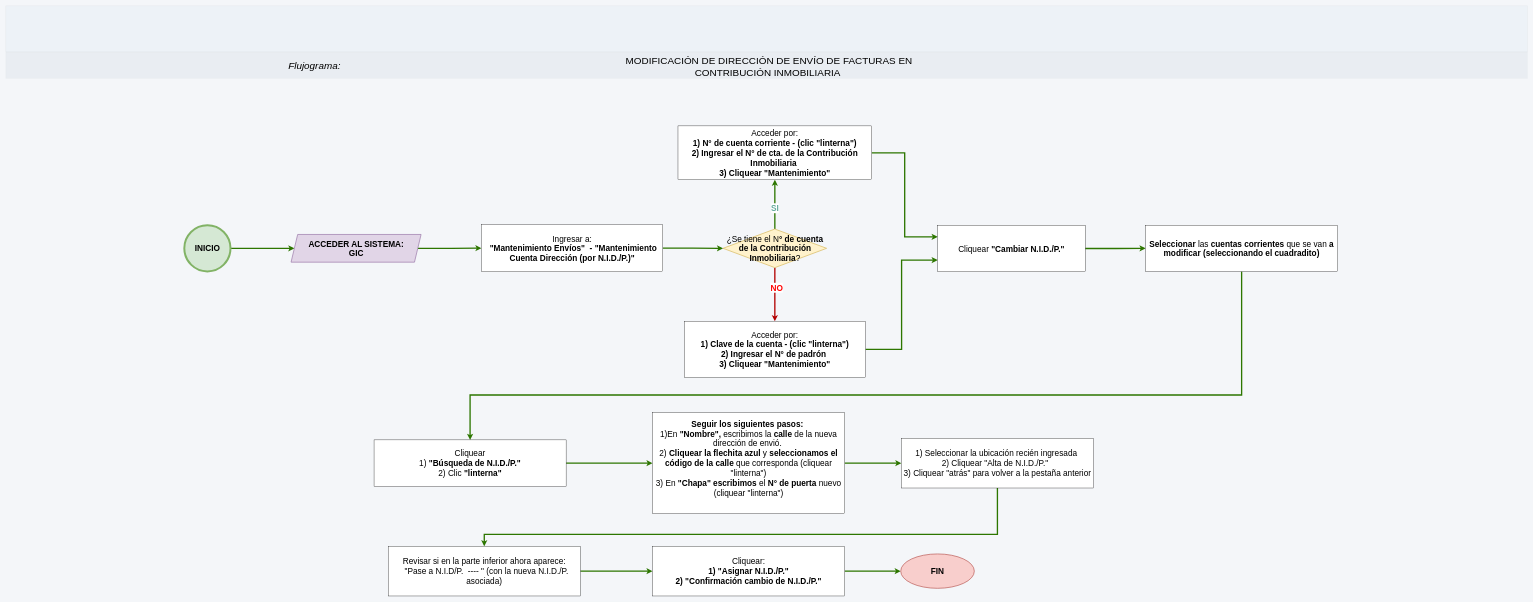
Above: page "Cambio dirección de facturas" (5 of 6) of GIC_contribucion/GIC_contribucion.drawio in adlc20/Manual_de_procedimientos_ccz9 (draw.io), before the change. Source tidied: cells renumbered, new cells numbered last; positions are measured from the earlier drawing's top-left corner, leaving out a move shared by most shapes. Both pictures are drawn from the tidied source at 33%, with x=0, y=0 at pixel (6, 6).
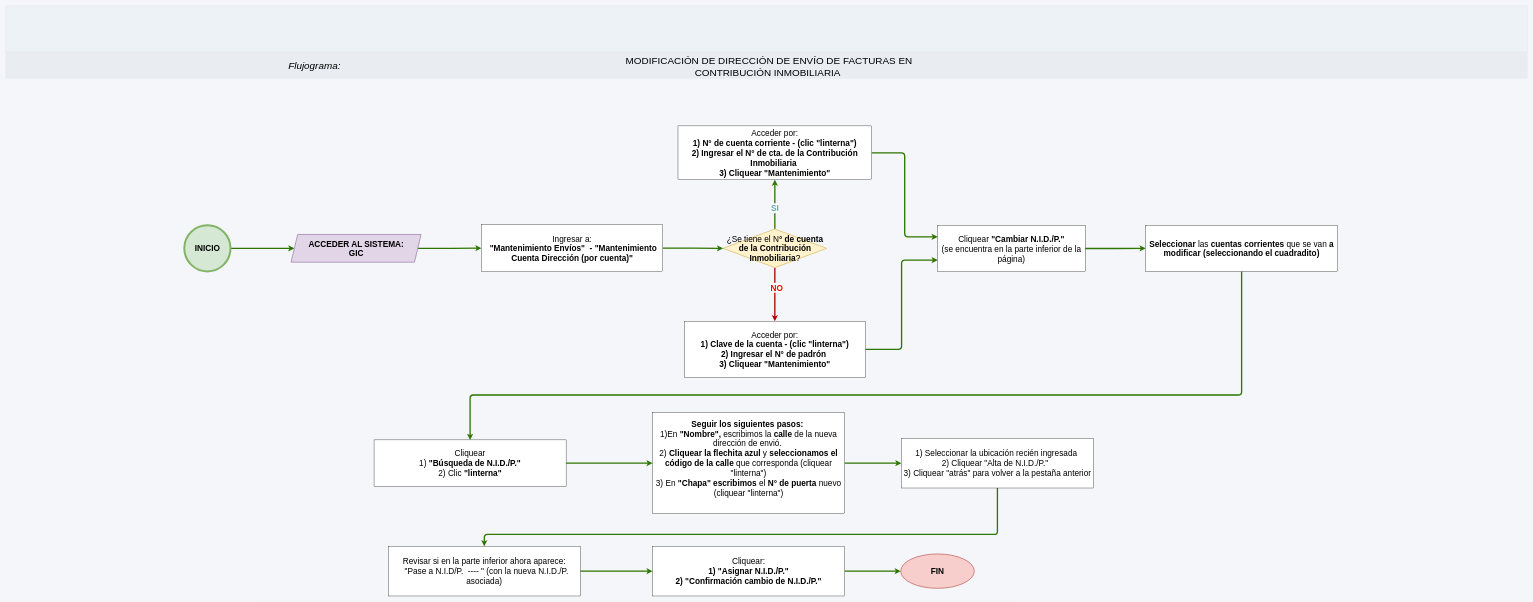
The same page after the edit.

The change refers to these unchanged cells:
```xml
<mxCell id="18" value="&lt;div style=&quot;&quot;&gt;&lt;span style=&quot;font-size: 25px; background-color: transparent; color: light-dark(rgb(0, 0, 0), rgb(255, 255, 255));&quot;&gt;Acceder por:&lt;/span&gt;&lt;/div&gt;&lt;div&gt;&lt;span style=&quot;font-size: 25px;&quot;&gt;&lt;b&gt;1) Clave de la cuenta - (clic &quot;linterna&quot;)&lt;/b&gt;&lt;/span&gt;&lt;/div&gt;&lt;div&gt;&lt;span style=&quot;font-size: 25px;&quot;&gt;&lt;b&gt;2) Ingresar el N° de padrón&amp;nbsp;&lt;/b&gt;&lt;/span&gt;&lt;/div&gt;&lt;div&gt;&lt;span style=&quot;font-size: 25px;&quot;&gt;&lt;b&gt;3) Cliquear &quot;Mantenimiento&quot;&lt;/b&gt;&lt;/span&gt;&lt;/div&gt;" style="rounded=0;whiteSpace=wrap;html=1;align=center;" parent="1" vertex="1">
  <mxGeometry x="2055.9" y="956" width="549.2" height="170" as="geometry" />
</mxCell>
<mxCell id="20" value="&lt;div&gt;&lt;span style=&quot;font-size: 25px;&quot;&gt;Acceder por:&lt;/span&gt;&lt;/div&gt;&lt;div&gt;&lt;span style=&quot;font-size: 25px;&quot;&gt;&lt;b&gt;1) N° de cuenta corriente - (clic &quot;linterna&quot;)&lt;/b&gt;&lt;/span&gt;&lt;/div&gt;&lt;div&gt;&lt;span style=&quot;font-size: 25px;&quot;&gt;&lt;b&gt;2) Ingresar el N° de cta. de la Contribución Inmobiliaria&amp;nbsp;&lt;/b&gt;&lt;/span&gt;&lt;/div&gt;&lt;div&gt;&lt;span style=&quot;font-size: 25px;&quot;&gt;&lt;b&gt;3) Cliquear &quot;Mantenimiento&quot;&lt;/b&gt;&lt;/span&gt;&lt;/div&gt;" style="rounded=0;whiteSpace=wrap;html=1;" parent="1" vertex="1">
  <mxGeometry x="2037" y="364" width="587" height="163" as="geometry" />
</mxCell>
<mxCell id="24" value="&lt;span style=&quot;font-size: 25px;&quot;&gt;&lt;b&gt;Seleccionar&amp;nbsp;&lt;/b&gt;las&lt;b&gt; cuentas corrientes&lt;/b&gt; que se van &lt;b&gt;a modificar&lt;/b&gt; &lt;b&gt;(seleccionando el cuadradito)&lt;/b&gt;&lt;/span&gt;" style="rounded=0;whiteSpace=wrap;html=1;" parent="1" vertex="1">
  <mxGeometry x="3454" y="665" width="582" height="140" as="geometry" />
</mxCell>
<mxCell id="26" value="&lt;span style=&quot;font-size: 25px;&quot;&gt;Cliquear&lt;/span&gt;&lt;div&gt;&lt;span style=&quot;font-size: 25px; background-color: transparent; color: light-dark(rgb(0, 0, 0), rgb(255, 255, 255));&quot;&gt;1)&amp;nbsp;&lt;/span&gt;&lt;b style=&quot;font-size: 25px; background-color: transparent; color: light-dark(rgb(0, 0, 0), rgb(255, 255, 255));&quot;&gt;&quot;Búsqueda de N.I.D./P.&quot;&lt;/b&gt;&lt;/div&gt;&lt;div&gt;&lt;span style=&quot;font-size: 25px; background-color: transparent; color: light-dark(rgb(0, 0, 0), rgb(255, 255, 255));&quot;&gt;2) Clic&lt;b&gt;&amp;nbsp;&quot;linterna&quot;&lt;/b&gt;&lt;/span&gt;&lt;/div&gt;" style="rounded=0;whiteSpace=wrap;html=1;" parent="1" vertex="1">
  <mxGeometry x="1116" y="1315.5" width="582" height="141" as="geometry" />
</mxCell>
<mxCell id="30" value="&lt;span style=&quot;font-size: 25px;&quot;&gt;1) Seleccionar la ubicación recién ingresada&amp;nbsp;&lt;/span&gt;&lt;div&gt;&lt;span style=&quot;font-size: 25px;&quot;&gt;2) Cliquear &quot;Alta de N.I.D./P.&quot;&amp;nbsp;&amp;nbsp;&lt;/span&gt;&lt;/div&gt;&lt;div&gt;&lt;span style=&quot;font-size: 25px;&quot;&gt;3) Cliquear &quot;atrás&quot; para volver a la pestaña anterior&lt;/span&gt;&lt;/div&gt;" style="rounded=0;whiteSpace=wrap;html=1;" parent="1" vertex="1">
  <mxGeometry x="2714" y="1310.8" width="582" height="150.5" as="geometry" />
</mxCell>
<mxCell id="32" value="&lt;span style=&quot;font-size: 25px;&quot;&gt;Revisar si en la parte inferior ahora aparece:&lt;/span&gt;&lt;div&gt;&lt;div&gt;&lt;span style=&quot;font-size: 25px;&quot;&gt;&amp;nbsp; &quot;Pase a N.I.D/P.&amp;nbsp; ---- &quot; (con la nueva N.I.D./P. asociada)&lt;/span&gt;&lt;/div&gt;&lt;/div&gt;" style="rounded=0;whiteSpace=wrap;html=1;" parent="1" vertex="1">
  <mxGeometry x="1159" y="1638" width="582" height="150.5" as="geometry" />
</mxCell>
```

Diff of the diagram source:
```diff
@@
-    <mxCell id="11" value="&lt;font style=&quot;font-size: 25px;&quot;&gt;Ingresar a:&lt;/font&gt;&lt;div style=&quot;&quot;&gt;&lt;span style=&quot;font-size: 25px; background-color: transparent; color: light-dark(rgb(0, 0, 0), rgb(255, 255, 255));&quot;&gt;&lt;b&gt;&amp;nbsp;&quot;Mantenimiento Envíos&quot;&amp;nbsp; - &quot;Mantenimiento Cuenta Dirección (por N.I.D./P.)&quot;&lt;/b&gt;&lt;/span&gt;&lt;/div&gt;" style="rounded=0;whiteSpace=wrap;html=1;align=center;" parent="1" vertex="1">
+    <mxCell id="11" value="&lt;font style=&quot;font-size: 25px;&quot;&gt;Ingresar a:&lt;/font&gt;&lt;div style=&quot;&quot;&gt;&lt;span style=&quot;font-size: 25px; background-color: transparent; color: light-dark(rgb(0, 0, 0), rgb(255, 255, 255));&quot;&gt;&lt;b&gt;&amp;nbsp;&quot;Mantenimiento Envíos&quot;&amp;nbsp; - &quot;Mantenimiento Cuenta Dirección (por cuenta)&quot;&lt;/b&gt;&lt;/span&gt;&lt;/div&gt;" style="rounded=0;whiteSpace=wrap;html=1;align=center;" parent="1" vertex="1">
       <mxGeometry x="1441.5" y="663" width="549.2" height="143" as="geometry" />
     </mxCell>
@@
-    <mxCell id="17" style="edgeStyle=orthogonalEdgeStyle;rounded=0;jettySize=auto;html=1;exitX=1;exitY=0.5;exitDx=0;exitDy=0;entryX=0;entryY=0.75;entryDx=0;entryDy=0;fillColor=#60a917;strokeColor=#2D7600;strokeWidth=4;" parent="1" edge="1" source="18" target="22">
+    <mxCell id="17" style="edgeStyle=orthogonalEdgeStyle;rounded=1;jettySize=auto;html=1;exitX=1;exitY=0.5;exitDx=0;exitDy=0;entryX=0;entryY=0.75;entryDx=0;entryDy=0;fillColor=#60a917;strokeColor=#2D7600;strokeWidth=4;curved=0;" parent="1" edge="1" source="18" target="22">
       <mxGeometry relative="1" as="geometry" />
     </mxCell>
@@
-    <mxCell id="19" style="edgeStyle=orthogonalEdgeStyle;rounded=0;jettySize=auto;html=1;exitX=1;exitY=0.5;exitDx=0;exitDy=0;entryX=0;entryY=0.25;entryDx=0;entryDy=0;fillColor=#60a917;strokeColor=#2D7600;strokeWidth=4;" parent="1" edge="1" source="20" target="22">
+    <mxCell id="19" style="edgeStyle=orthogonalEdgeStyle;rounded=1;jettySize=auto;html=1;exitX=1;exitY=0.5;exitDx=0;exitDy=0;entryX=0;entryY=0.25;entryDx=0;entryDy=0;fillColor=#60a917;strokeColor=#2D7600;strokeWidth=4;curved=0;" parent="1" edge="1" source="20" target="22">
       <mxGeometry relative="1" as="geometry" />
     </mxCell>
@@
-    <mxCell id="22" value="&lt;span style=&quot;font-size: 25px;&quot;&gt;Cliquear&lt;/span&gt;&lt;span style=&quot;font-size: 25px; background-color: transparent; color: light-dark(rgb(0, 0, 0), rgb(255, 255, 255));&quot;&gt;&amp;nbsp;&lt;/span&gt;&lt;b style=&quot;font-size: 25px; background-color: transparent; color: light-dark(rgb(0, 0, 0), rgb(255, 255, 255));&quot;&gt;&quot;Cambiar N.I.D./P.&quot;&lt;/b&gt;" style="rounded=0;whiteSpace=wrap;html=1;" parent="1" vertex="1">
+    <mxCell id="22" value="&lt;span style=&quot;font-size: 25px;&quot;&gt;Cliquear&lt;/span&gt;&lt;span style=&quot;font-size: 25px; background-color: transparent; color: light-dark(rgb(0, 0, 0), rgb(255, 255, 255));&quot;&gt;&amp;nbsp;&lt;/span&gt;&lt;b style=&quot;font-size: 25px; background-color: transparent; color: light-dark(rgb(0, 0, 0), rgb(255, 255, 255));&quot;&gt;&quot;Cambiar N.I.D./P.&quot;&lt;/b&gt;&lt;div&gt;&lt;span style=&quot;font-size: 25px; background-color: transparent; color: light-dark(rgb(0, 0, 0), rgb(255, 255, 255));&quot;&gt;(se encuentra en la parte inferior de la página)&lt;/span&gt;&lt;/div&gt;" style="rounded=0;whiteSpace=wrap;html=1;" parent="1" vertex="1">
       <mxGeometry x="2824" y="665" width="447" height="141" as="geometry" />
     </mxCell>
-    <mxCell id="23" style="edgeStyle=orthogonalEdgeStyle;rounded=0;jettySize=auto;html=1;exitX=0.5;exitY=1;exitDx=0;exitDy=0;fillColor=#60a917;strokeColor=#2D7600;strokeWidth=4;entryX=0.5;entryY=0;entryDx=0;entryDy=0;" parent="1" edge="1" source="24" target="26">
+    <mxCell id="23" style="edgeStyle=orthogonalEdgeStyle;rounded=1;jettySize=auto;html=1;exitX=0.5;exitY=1;exitDx=0;exitDy=0;fillColor=#60a917;strokeColor=#2D7600;strokeWidth=4;entryX=0.5;entryY=0;entryDx=0;entryDy=0;curved=0;" parent="1" edge="1" source="24" target="26">
       <mxGeometry x="0.24" relative="1" as="geometry">
         <Array as="points">
           <mxPoint x="3745" y="1179.4" />
           <mxPoint x="1407" y="1179.4" />
         </Array>
       </mxGeometry>
     </mxCell>
@@
-    <mxCell id="29" style="edgeStyle=orthogonalEdgeStyle;rounded=0;jettySize=auto;html=1;exitX=0.5;exitY=1;exitDx=0;exitDy=0;fillColor=#60a917;strokeColor=#2D7600;strokeWidth=4;" parent="1" edge="1" source="30" target="32">
+    <mxCell id="29" style="edgeStyle=orthogonalEdgeStyle;rounded=1;jettySize=auto;html=1;exitX=0.5;exitY=1;exitDx=0;exitDy=0;fillColor=#60a917;strokeColor=#2D7600;strokeWidth=4;curved=0;" parent="1" edge="1" source="30" target="32">
       <mxGeometry x="-0.27" relative="1" as="geometry">
         <Array as="points">
           <mxPoint x="3005" y="1602" />
           <mxPoint x="1450" y="1602" />
         </Array>
       </mxGeometry>
     </mxCell>
```
